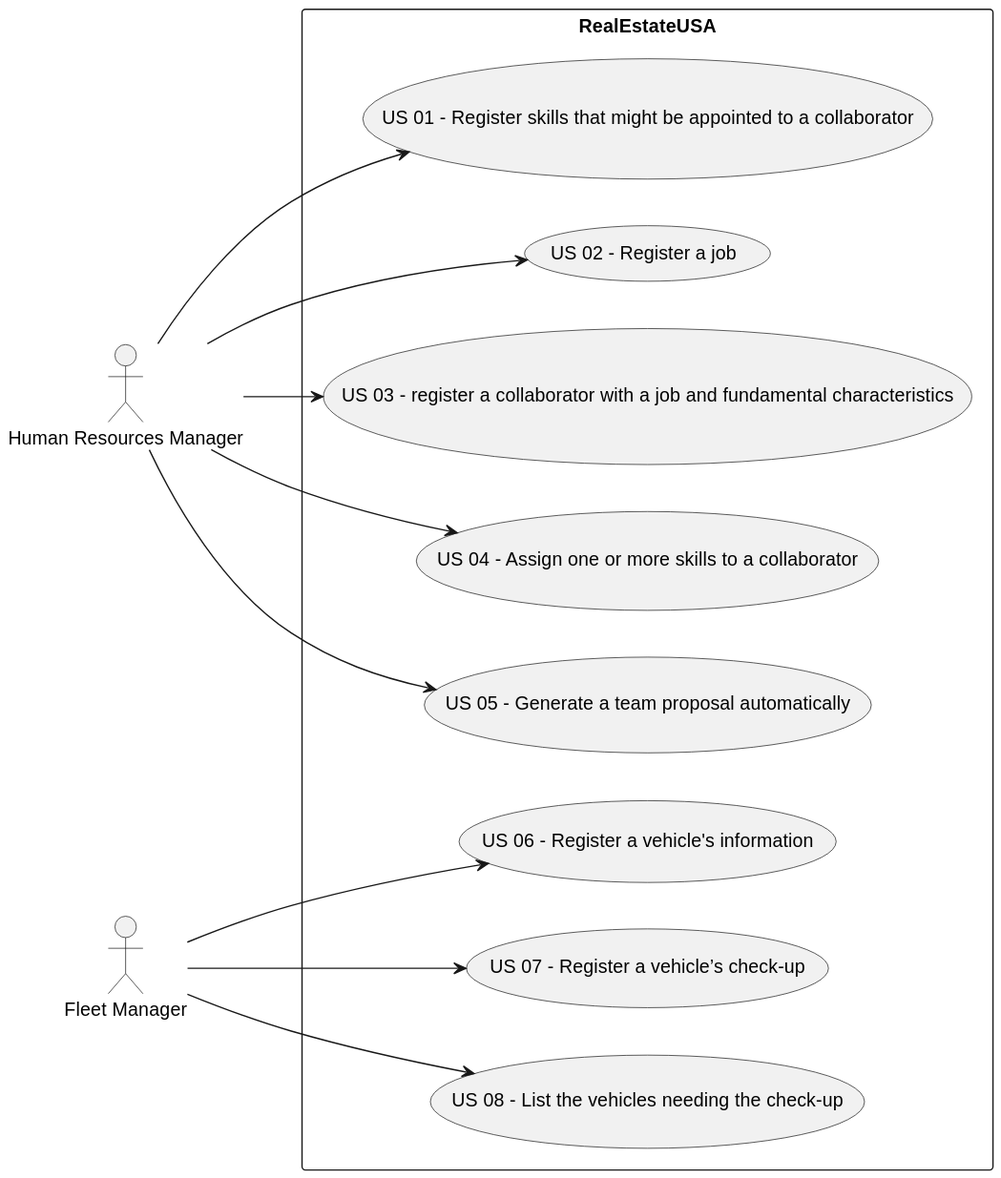
Before: docs/sprintA/global-artifacts/01.requirements-engineering/svg/use-case-diagram.svg, a diagram exported from PlantUML (Departamento-de-Engenharia-Informatica/lei-24-s2-1dm-g132).
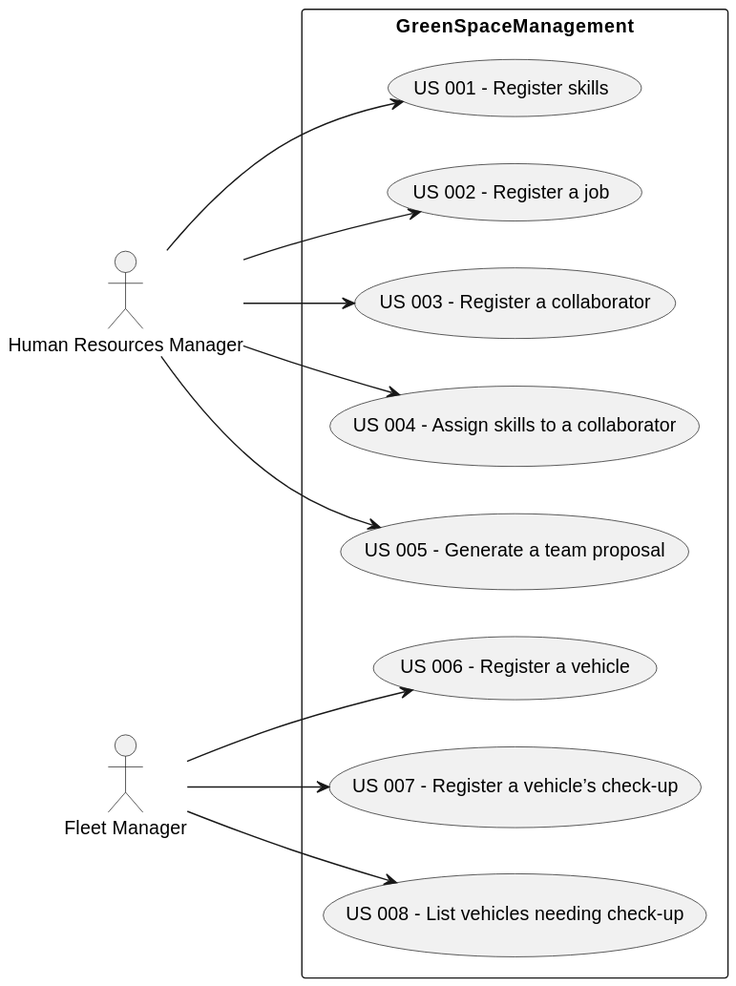
After the commit.

The edit, as a diff of the source:
```diff
@@ -5,15 +5,14 @@
 actor "Fleet Manager" as FM
 
 
-rectangle RealEstateUSA {
-  HRM --> (US 01 - Register skills that might be appointed to a collaborator)
-  HRM --> (US 02 - Register a job)
-  HRM --> (US 03 - register a collaborator with a job and fundamental characteristics)
-  HRM --> (US 04 - Assign one or more skills to a collaborator)
-  HRM --> (US 05 - Generate a team proposal automatically)
-  FM --> (US 06 - Register a vehicle's information)
-  FM --> (US 07 - Register a vehicle’s check-up)
-  FM --> (US 08 - List the vehicles needing the check-up)
-
+rectangle GreenSpaceManagement {
+  HRM --> (US 001 - Register skills)
+  HRM --> (US 002 - Register a job)
+  HRM --> (US 003 - Register a collaborator)
+  HRM --> (US 004 - Assign skills to a collaborator)
+  HRM --> (US 005 - Generate a team proposal)
+  FM --> (US 006 - Register a vehicle)
+  FM --> (US 007 - Register a vehicle’s check-up)
+  FM --> (US 008 - List vehicles needing check-up)
 }
 @enduml
```
